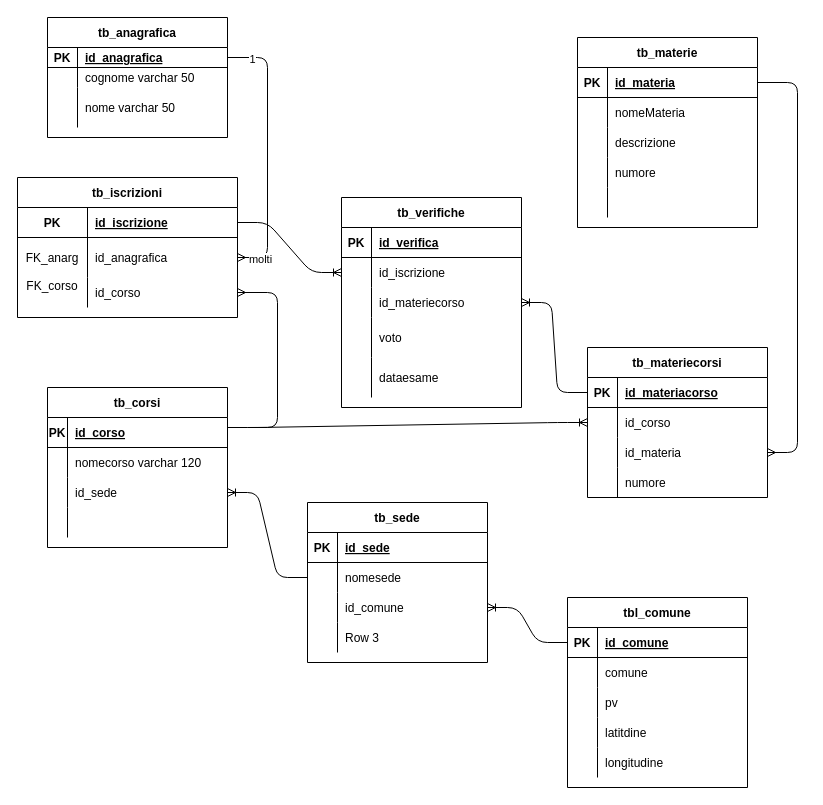
Before: tss_21_prova.drawio in andreabesso/Diagrams, a draw.io diagram. Source tidied: cells renumbered, new cells numbered last; positions are measured from the earlier drawing's top-left corner, leaving out a move shared by most shapes. Both pictures are drawn from the tidied source at 100%, with x=0, y=0 at pixel (17, 17).
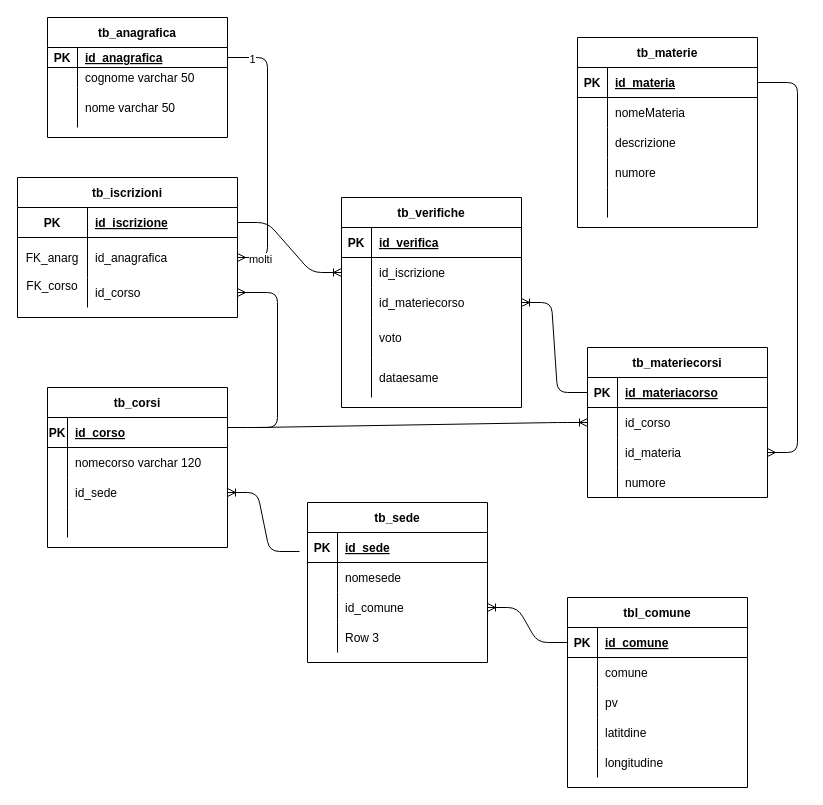
The same diagram, later.

The change refers to these unchanged cells:
```xml
<mxCell id="40" style="shape=partialRectangle;fillColor=none;top=0;left=0;bottom=1;right=0;points=[[0,0.5],[1,0.5]];portConstraint=eastwest;" parent="39" vertex="1">
  <mxGeometry y="30" width="180" height="30" as="geometry" />
</mxCell>
<mxCell id="43" style="shape=partialRectangle;fillColor=none;top=0;left=0;bottom=0;right=0;points=[[0,0.5],[1,0.5]];portConstraint=eastwest;" parent="39" vertex="1">
  <mxGeometry y="60" width="180" height="30" as="geometry" />
</mxCell>
<mxCell id="59" style="shape=partialRectangle;fillColor=none;top=0;left=0;bottom=0;right=0;points=[[0,0.5],[1,0.5]];portConstraint=eastwest;" parent="52" vertex="1">
  <mxGeometry y="90" width="180" height="30" as="geometry" />
</mxCell>
```

Diff of the diagram source:
```diff
@@
-    <mxCell id="66" style="edgeStyle=entityRelationEdgeStyle;fontSize=12;html=1;endArrow=ERoneToMany;exitX=0;exitY=0.5;exitDx=0;exitDy=0;entryX=1;entryY=0.5;entryDx=0;entryDy=0;" parent="1" edge="1" source="43" target="59">
+    <mxCell id="66" style="edgeStyle=entityRelationEdgeStyle;fontSize=12;html=1;endArrow=ERoneToMany;exitX=-0.044;exitY=0.633;exitDx=0;exitDy=0;entryX=1;entryY=0.5;entryDx=0;entryDy=0;exitPerimeter=0;" parent="1" edge="1" source="40" target="59">
       <mxGeometry relative="1" as="geometry" />
     </mxCell>
```
